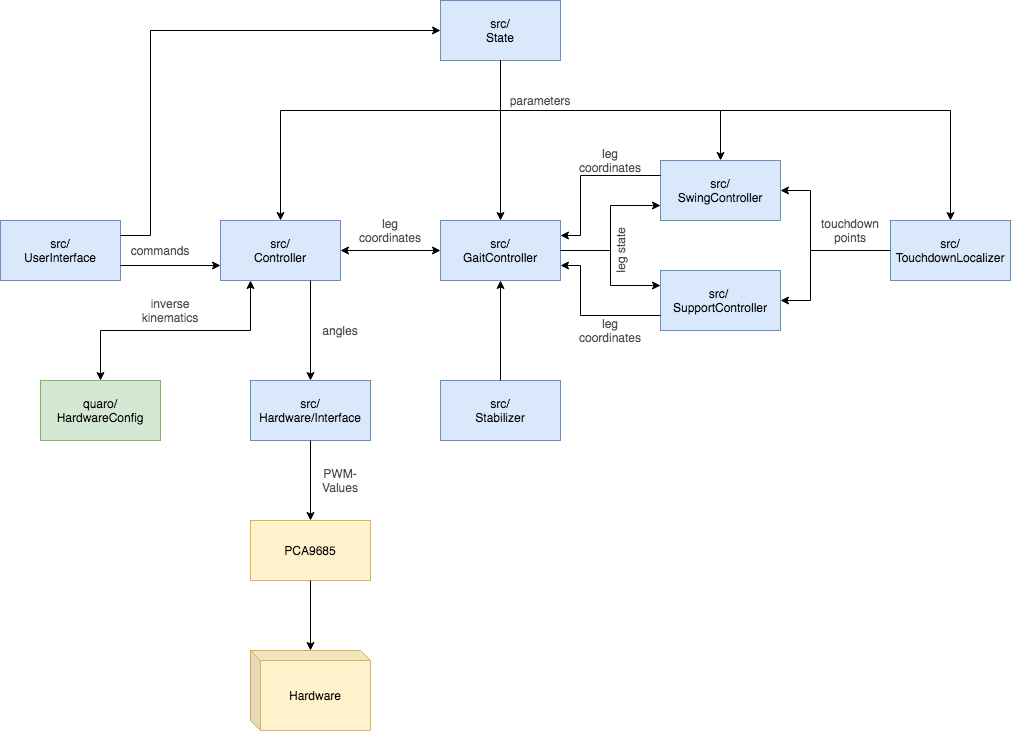
The draw.io diagram doc/quaro_main_workflow.png in ThomasSchnapka/quaro, before a commit. Source tidied: cells renumbered, new cells last; positions are measured from the earlier drawing's top-left corner, leaving out a move shared by most shapes.
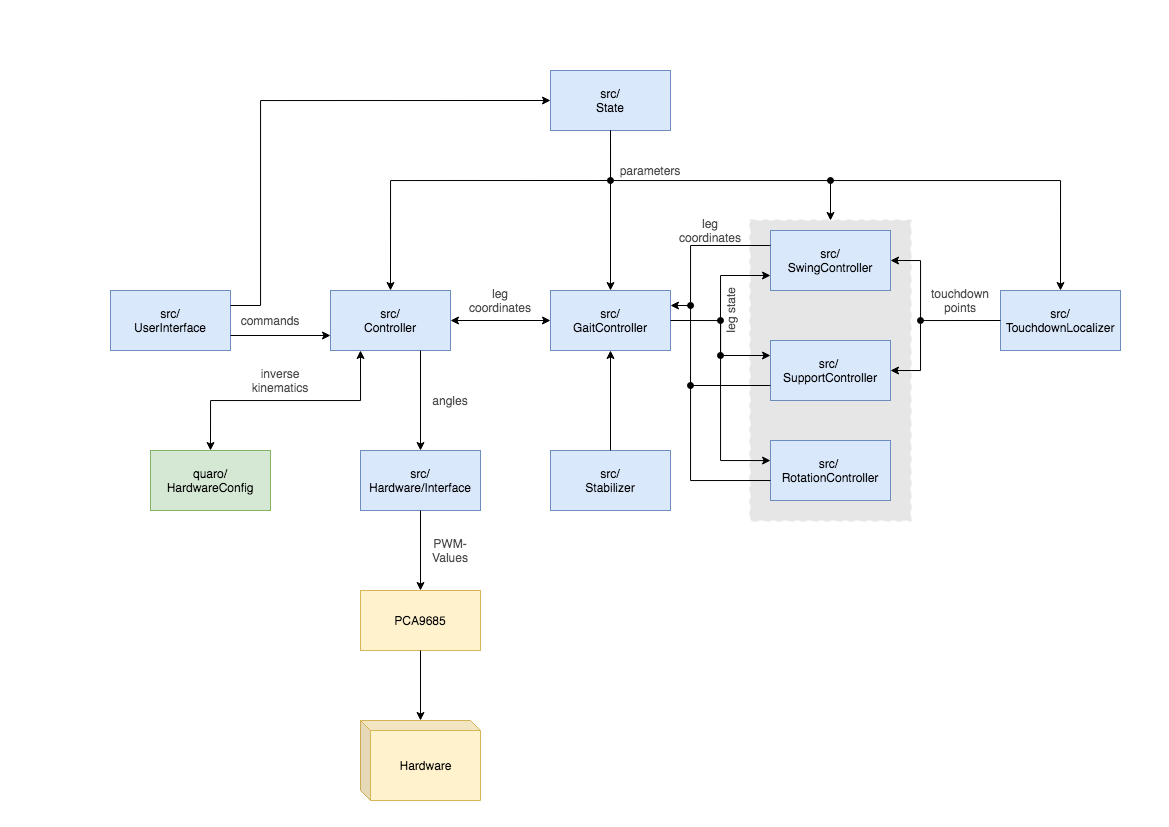
The same diagram one commit later.

Commit message:
added rotation to main workflow diagram

Diff of the diagram source:
```diff
@@ -2,6 +2,9 @@
   <root>
     <mxCell id="0" />
     <mxCell id="1" parent="0" />
+    <mxCell id="42" style="rounded=0;whiteSpace=wrap;html=1;dashed=1;strokeWidth=2;perimeterSpacing=0;glass=0;sketch=0;fontColor=#333333;strokeColor=#E6E6E6;fillColor=#E6E6E6;" parent="1" vertex="1">
+      <mxGeometry x="640" y="150" width="160" height="300" as="geometry" />
+    </mxCell>
     <mxCell id="2" value="src/&lt;br&gt;UserInterface" style="rounded=0;whiteSpace=wrap;html=1;fillColor=#dae8fc;strokeColor=#6c8ebf;" parent="1" vertex="1">
       <mxGeometry y="220" width="120" height="60" as="geometry" />
     </mxCell>
@@ -32,50 +35,43 @@
     <mxCell id="11" value="src/ TouchdownLocalizer" style="rounded=0;whiteSpace=wrap;html=1;fillColor=#dae8fc;strokeColor=#6c8ebf;" parent="1" vertex="1">
       <mxGeometry x="890" y="220" width="120" height="60" as="geometry" />
     </mxCell>
-    <mxCell id="12" style="endArrow=classic;html=1;edgeStyle=orthogonalEdgeStyle;entryX=0;entryY=0.75;entryDx=0;entryDy=0;rounded=0;" parent="1" edge="1" target="10">
+    <mxCell id="12" style="endArrow=classic;html=1;edgeStyle=orthogonalEdgeStyle;entryX=0;entryY=0.75;entryDx=0;entryDy=0;rounded=0;startArrow=oval;startFill=1;" parent="1" edge="1" target="10">
       <mxGeometry relative="1" as="geometry">
-        <mxPoint x="560" y="250" as="sourcePoint" />
+        <mxPoint x="610" y="250" as="sourcePoint" />
         <Array as="points">
-          <mxPoint x="610" y="250" />
           <mxPoint x="610" y="205" />
         </Array>
       </mxGeometry>
     </mxCell>
-    <mxCell id="13" style="endArrow=classic;html=1;edgeStyle=orthogonalEdgeStyle;entryX=0;entryY=0.25;entryDx=0;entryDy=0;rounded=0;exitX=1;exitY=0.5;exitDx=0;exitDy=0;" parent="1" edge="1" source="4" target="9">
+    <mxCell id="13" style="endArrow=classic;html=1;edgeStyle=orthogonalEdgeStyle;entryX=0;entryY=0.25;entryDx=0;entryDy=0;rounded=0;startArrow=oval;startFill=1;" parent="1" edge="1" target="9">
       <mxGeometry relative="1" as="geometry">
+        <mxPoint x="610" y="285" as="sourcePoint" />
         <Array as="points">
           <mxPoint x="610" y="250" />
           <mxPoint x="610" y="285" />
         </Array>
       </mxGeometry>
     </mxCell>
-    <mxCell id="14" style="endArrow=classic;html=1;exitX=0;exitY=0.25;exitDx=0;exitDy=0;entryX=1;entryY=0.25;entryDx=0;entryDy=0;edgeStyle=orthogonalEdgeStyle;rounded=0;" parent="1" edge="1" source="10" target="4">
+    <mxCell id="14" style="endArrow=oval;html=1;exitX=0;exitY=0.25;exitDx=0;exitDy=0;edgeStyle=orthogonalEdgeStyle;rounded=0;endFill=1;" parent="1" edge="1" source="10">
       <mxGeometry relative="1" as="geometry">
+        <mxPoint x="580" y="235" as="targetPoint" />
         <Array as="points">
           <mxPoint x="580" y="175" />
           <mxPoint x="580" y="235" />
         </Array>
       </mxGeometry>
     </mxCell>
-    <mxCell id="15" style="endArrow=classic;html=1;exitX=0;exitY=0.75;exitDx=0;exitDy=0;entryX=1;entryY=0.75;entryDx=0;entryDy=0;rounded=0;edgeStyle=orthogonalEdgeStyle;" parent="1" edge="1" source="9" target="4">
-      <mxGeometry relative="1" as="geometry">
-        <Array as="points">
-          <mxPoint x="580" y="315" />
-          <mxPoint x="580" y="265" />
-        </Array>
-      </mxGeometry>
-    </mxCell>
-    <mxCell id="16" style="endArrow=classic;html=1;exitX=0;exitY=0.5;exitDx=0;exitDy=0;entryX=1;entryY=0.5;entryDx=0;entryDy=0;rounded=0;edgeStyle=orthogonalEdgeStyle;" parent="1" edge="1" source="11" target="9">
+    <mxCell id="16" style="endArrow=classic;html=1;entryX=1;entryY=0.5;entryDx=0;entryDy=0;rounded=0;edgeStyle=orthogonalEdgeStyle;startArrow=oval;startFill=1;" parent="1" edge="1" target="9">
       <mxGeometry relative="1" as="geometry">
+        <mxPoint x="810" y="250" as="sourcePoint" />
         <Array as="points">
           <mxPoint x="810" y="250" />
           <mxPoint x="810" y="300" />
         </Array>
       </mxGeometry>
     </mxCell>
-    <mxCell id="17" style="endArrow=classic;html=1;entryX=1;entryY=0.5;entryDx=0;entryDy=0;rounded=0;edgeStyle=orthogonalEdgeStyle;" parent="1" edge="1" target="10">
+    <mxCell id="17" style="endArrow=classic;html=1;entryX=1;entryY=0.5;entryDx=0;entryDy=0;rounded=0;edgeStyle=orthogonalEdgeStyle;exitX=0;exitY=0.5;exitDx=0;exitDy=0;" parent="1" edge="1" source="11" target="10">
       <mxGeometry relative="1" as="geometry">
-        <mxPoint x="830" y="250" as="sourcePoint" />
         <Array as="points">
           <mxPoint x="810" y="250" />
           <mxPoint x="810" y="190" />
@@ -104,14 +100,11 @@
       <mxGeometry x="440" width="120" height="60" as="geometry" />
     </mxCell>
     <mxCell id="25" value="leg state" style="text;html=1;strokeColor=none;fillColor=none;align=center;verticalAlign=middle;whiteSpace=wrap;rounded=0;rotation=-90;fontColor=#4D4D4D;" parent="1" vertex="1">
-      <mxGeometry x="590" y="240" width="60" height="20" as="geometry" />
+      <mxGeometry x="590" y="230" width="60" height="20" as="geometry" />
     </mxCell>
     <mxCell id="26" value="leg coordinates" style="text;html=1;strokeColor=none;fillColor=none;align=center;verticalAlign=middle;whiteSpace=wrap;rounded=0;fontColor=#4D4D4D;" parent="1" vertex="1">
-      <mxGeometry x="590" y="150" width="40" height="20" as="geometry" />
+      <mxGeometry x="580" y="150" width="40" height="20" as="geometry" />
     </mxCell>
-    <mxCell id="27" value="leg coordinates" style="text;html=1;strokeColor=none;fillColor=none;align=center;verticalAlign=middle;whiteSpace=wrap;rounded=0;fontColor=#4D4D4D;" parent="1" vertex="1">
-      <mxGeometry x="590" y="320" width="40" height="20" as="geometry" />
-    </mxCell>
     <mxCell id="28" value="touchdown&lt;br&gt;points" style="text;html=1;strokeColor=none;fillColor=none;align=center;verticalAlign=middle;whiteSpace=wrap;rounded=0;fontColor=#4D4D4D;" parent="1" vertex="1">
       <mxGeometry x="830" y="220" width="40" height="20" as="geometry" />
     </mxCell>
@@ -136,8 +129,10 @@
     <mxCell id="35" value="PWM-Values" style="text;html=1;strokeColor=none;fillColor=none;align=center;verticalAlign=middle;whiteSpace=wrap;rounded=0;fontColor=#4D4D4D;" parent="1" vertex="1">
       <mxGeometry x="320" y="470" width="40" height="20" as="geometry" />
     </mxCell>
-    <mxCell id="36" style="endArrow=classic;html=1;exitX=0.5;exitY=1;exitDx=0;exitDy=0;rounded=0;edgeStyle=orthogonalEdgeStyle;entryX=0.5;entryY=0;entryDx=0;entryDy=0;" parent="1" edge="1" source="24" target="10">
-      <mxGeometry relative="1" as="geometry" />
+    <mxCell id="36" style="endArrow=classic;html=1;rounded=0;edgeStyle=orthogonalEdgeStyle;entryX=0.5;entryY=0;entryDx=0;entryDy=0;startArrow=oval;startFill=1;" parent="1" edge="1" target="42">
+      <mxGeometry relative="1" as="geometry">
+        <mxPoint x="720" y="110" as="sourcePoint" />
+      </mxGeometry>
     </mxCell>
     <mxCell id="37" style="endArrow=classic;html=1;rounded=0;edgeStyle=orthogonalEdgeStyle;entryX=0.5;entryY=0;entryDx=0;entryDy=0;" parent="1" edge="1" target="11">
       <mxGeometry relative="1" as="geometry">
@@ -151,8 +146,9 @@
     <mxCell id="38" style="endArrow=classic;html=1;exitX=0.5;exitY=1;exitDx=0;exitDy=0;rounded=0;edgeStyle=orthogonalEdgeStyle;entryX=0.5;entryY=0;entryDx=0;entryDy=0;jumpStyle=none;shadow=0;sketch=0;" parent="1" edge="1" source="24" target="4">
       <mxGeometry relative="1" as="geometry" />
     </mxCell>
-    <mxCell id="39" style="endArrow=classic;html=1;exitX=0.5;exitY=1;exitDx=0;exitDy=0;rounded=0;edgeStyle=orthogonalEdgeStyle;entryX=0.5;entryY=0;entryDx=0;entryDy=0;" parent="1" edge="1" source="24" target="3">
+    <mxCell id="39" style="endArrow=classic;html=1;rounded=0;edgeStyle=orthogonalEdgeStyle;entryX=0.5;entryY=0;entryDx=0;entryDy=0;startArrow=oval;startFill=1;" parent="1" edge="1" target="3">
       <mxGeometry relative="1" as="geometry">
+        <mxPoint x="500" y="110" as="sourcePoint" />
         <Array as="points">
           <mxPoint x="500" y="110" />
           <mxPoint x="280" y="110" />
@@ -170,5 +166,31 @@
     <mxCell id="41" value="parameters" style="text;html=1;strokeColor=none;fillColor=none;align=center;verticalAlign=middle;whiteSpace=wrap;rounded=0;fontColor=#4D4D4D;" parent="1" vertex="1">
       <mxGeometry x="520" y="90" width="40" height="20" as="geometry" />
     </mxCell>
+    <mxCell id="43" value="src/ &lt;br&gt;RotationController" style="rounded=0;whiteSpace=wrap;html=1;fillColor=#dae8fc;strokeColor=#6c8ebf;" parent="1" vertex="1">
+      <mxGeometry x="660" y="370" width="120" height="60" as="geometry" />
+    </mxCell>
+    <mxCell id="44" style="endArrow=classic;html=1;edgeStyle=orthogonalEdgeStyle;rounded=0;exitX=1;exitY=0.5;exitDx=0;exitDy=0;" parent="1" edge="1" source="4">
+      <mxGeometry relative="1" as="geometry">
+        <mxPoint x="660" y="390" as="targetPoint" />
+        <Array as="points">
+          <mxPoint x="610" y="250" />
+          <mxPoint x="610" y="390" />
+          <mxPoint x="660" y="390" />
+        </Array>
+      </mxGeometry>
+    </mxCell>
+    <mxCell id="45" style="endArrow=classic;html=1;entryX=1;entryY=0.25;entryDx=0;entryDy=0;rounded=0;edgeStyle=orthogonalEdgeStyle;exitX=0;exitY=0.667;exitDx=0;exitDy=0;exitPerimeter=0;" parent="1" edge="1" source="43" target="4">
+      <mxGeometry relative="1" as="geometry">
+        <Array as="points">
+          <mxPoint x="580" y="410" />
+          <mxPoint x="580" y="235" />
+        </Array>
+      </mxGeometry>
+    </mxCell>
+    <mxCell id="46" style="endArrow=oval;html=1;exitX=0;exitY=0.75;exitDx=0;exitDy=0;startArrow=none;startFill=0;endFill=1;" parent="1" edge="1" source="9">
+      <mxGeometry relative="1" as="geometry">
+        <mxPoint x="580" y="315" as="targetPoint" />
+      </mxGeometry>
+    </mxCell>
   </root>
 </mxGraphModel>
```
